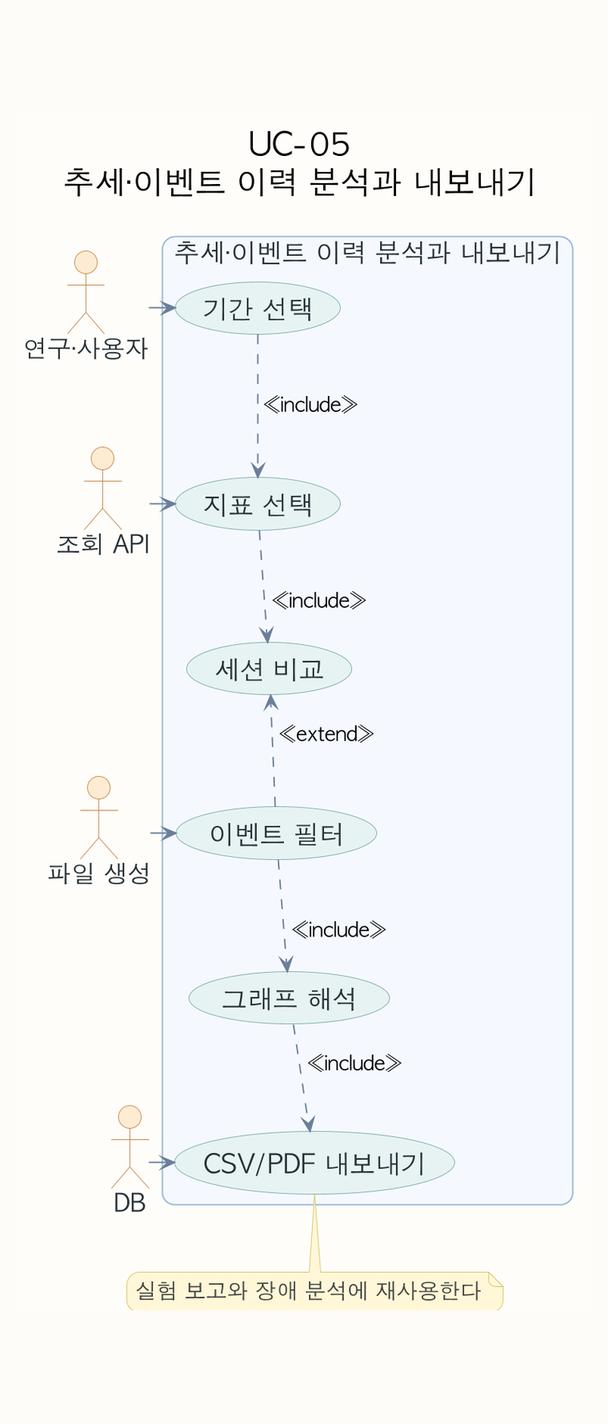
Earlier version of the PlantUML export assets/diagrams/usecase/uc-05-usecase.png (ricky30825-creator/BMS). Its source is kept beside it as assets/diagrams/usecase/uc-05-usecase.puml.
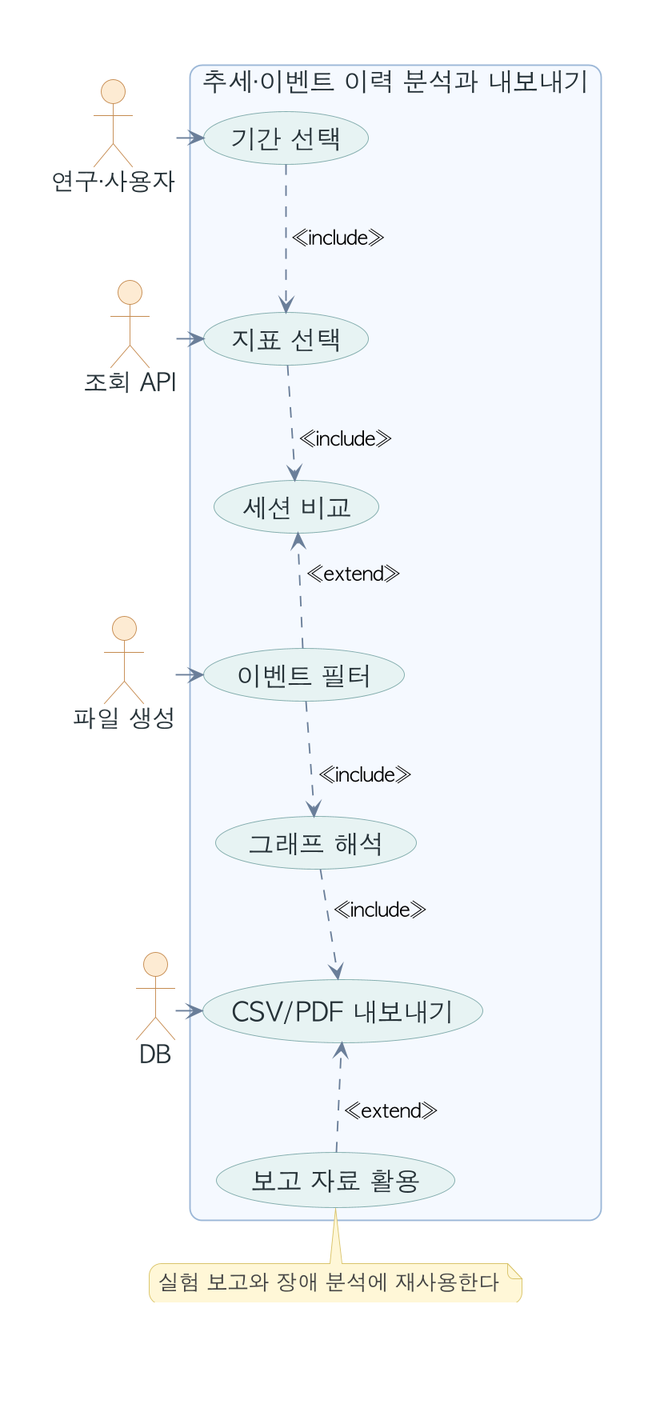
Later version of the same file.

The edit, as a diff of the source:
```diff
@@ -1,16 +1,15 @@
 @startuml
 !pragma layout smetana
-skinparam backgroundColor #FEFCF8
+skinparam backgroundColor transparent
 skinparam shadowing false
 skinparam dpi 180
 skinparam defaultFontName "AppleGothic"
-skinparam defaultFontSize 18
-skinparam TitleFontSize 22
-skinparam ActorFontSize 17
-skinparam UsecaseFontSize 18
-skinparam NoteFontSize 15
-skinparam ArrowFontSize 14
-skinparam roundcorner 18
+skinparam defaultFontSize 17
+skinparam ActorFontSize 16
+skinparam UsecaseFontSize 17
+skinparam NoteFontSize 14
+skinparam ArrowFontSize 13
+skinparam roundcorner 16
 skinparam usecase {
   BackgroundColor #F8FAFC
   BorderColor #8EA7C2
@@ -37,7 +36,6 @@
   BackgroundColor #E6F2F2
   BorderColor #7FAAAA
 }
-title UC-05\n추세·이벤트 이력 분석과 내보내기
 actor "연구·사용자" as A
 actor "조회 API" as S1
 actor "파일 생성" as S2
@@ -49,12 +47,14 @@
   usecase "이벤트 필터" as U4
   usecase "그래프 해석" as U5
   usecase "CSV/PDF 내보내기" as U6
+  usecase "보고 자료 활용" as U7
 }
 U1 -[hidden]down- U2
 U2 -[hidden]down- U3
 U3 -[hidden]down- U4
 U4 -[hidden]down- U5
 U5 -[hidden]down- U6
+U6 -[hidden]down- U7
 A -right-> U1
 S1 -left-> U2
 S2 -left-> U4
@@ -64,7 +64,8 @@
 U4 ..> U3 : <<extend>>
 U4 ..> U5 : <<include>>
 U5 ..> U6 : <<include>>
-note bottom of U6
+U7 ..> U6 : <<extend>>
+note bottom of U7
 실험 보고와 장애 분석에 재사용한다
 end note
 @enduml
```
